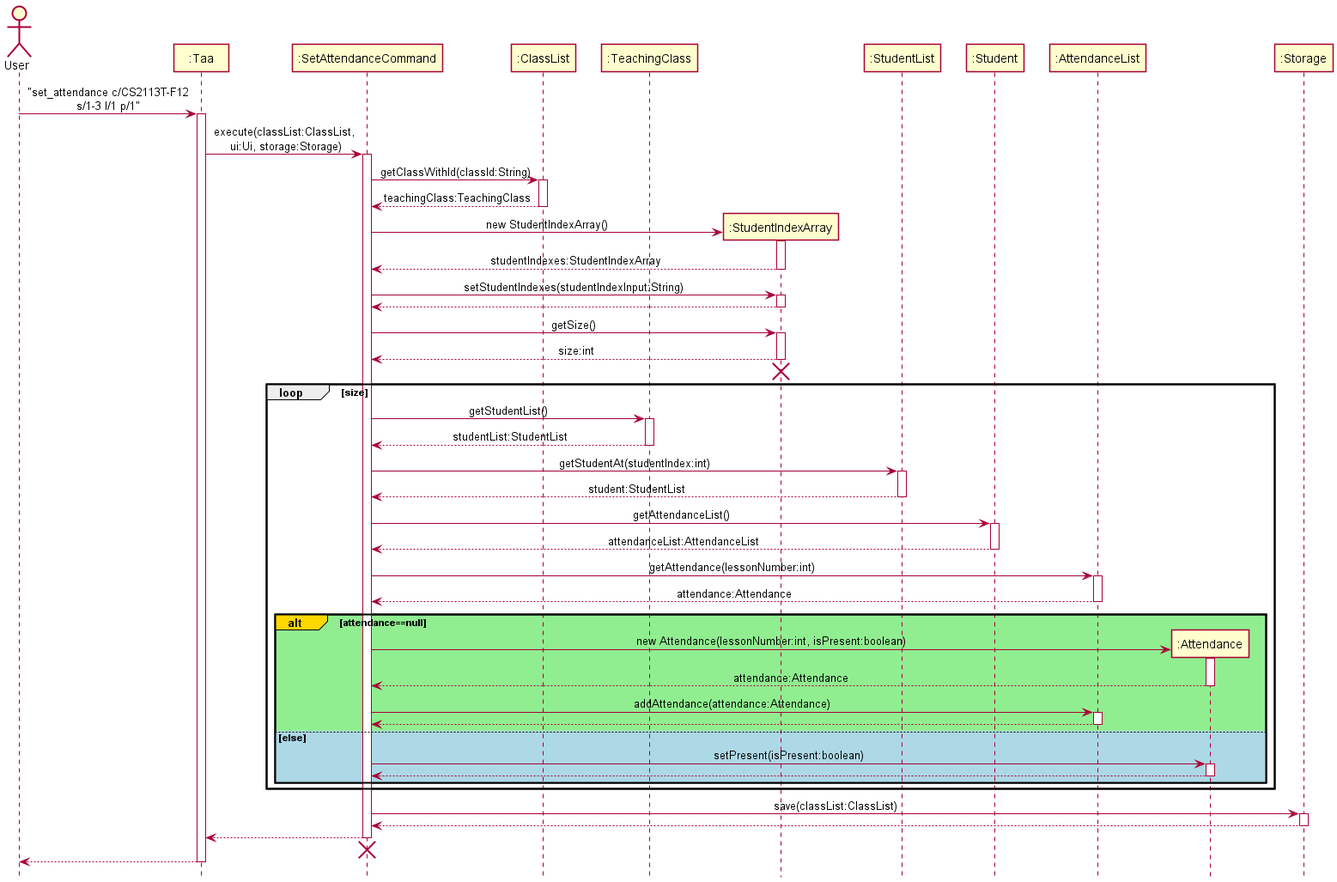
Earlier version of the PlantUML export docs/diagrams/sequence/SetAttendanceSequenceDiagram.png (nus-cs2113-AY2122S1/tp).
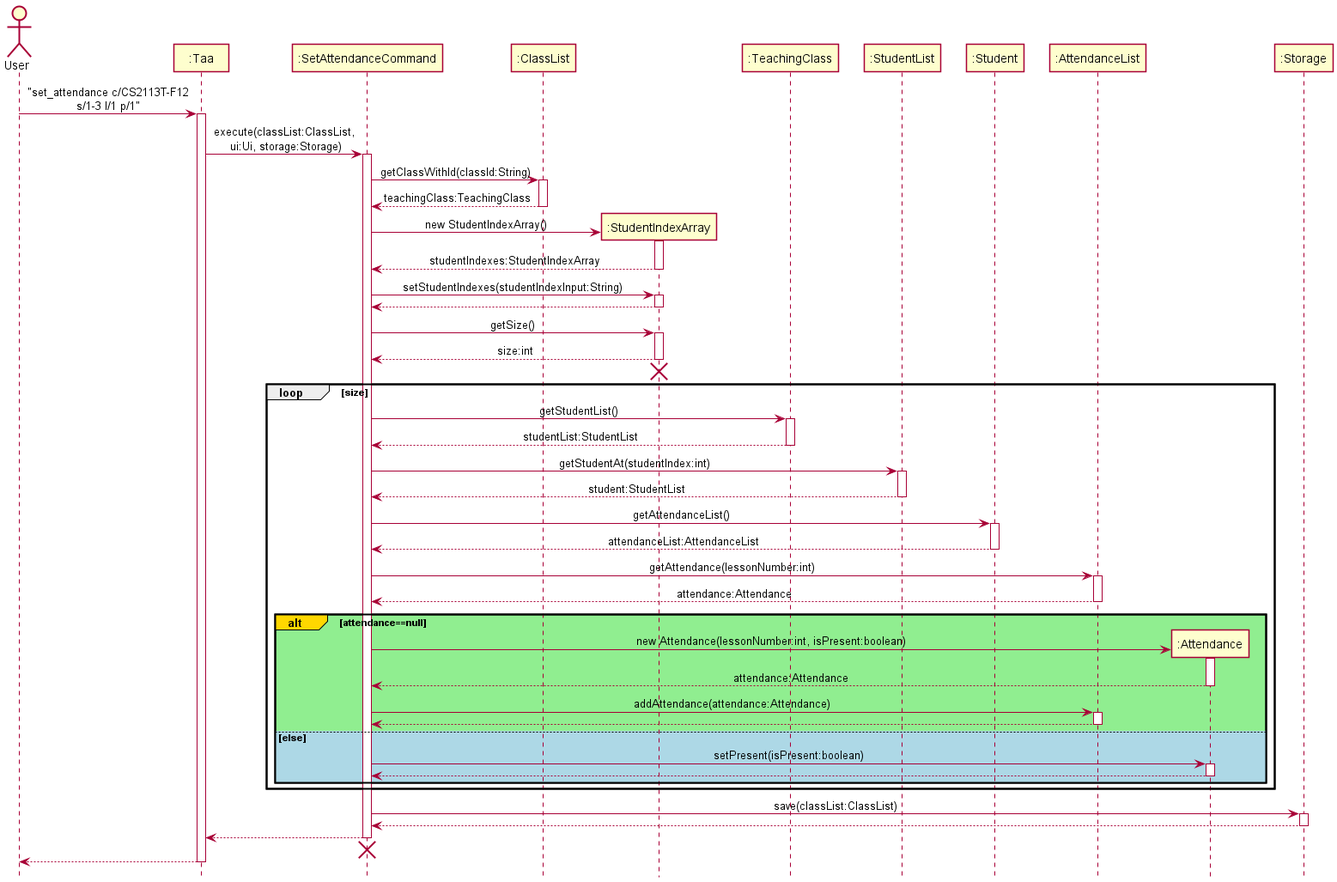
After the change.

Commit message:
update dg with new sequence diagrams modify verify in attendance

What changed in the source:
```diff
@@ -5,8 +5,8 @@
 Participant ":Taa" as taa
 Participant ":SetAttendanceCommand" as setAttendanceCommand
 Participant ":ClassList" as classList
+Participant ":StudentIndexArray" as studentIndexArray
 Participant ":TeachingClass" as teachingClass
-Participant ":StudentIndexArray" as studentIndexArray
 Participant ":StudentList" as studentList
 Participant ":Student" as student
 Participant ":AttendanceList" as attendanceList
```
